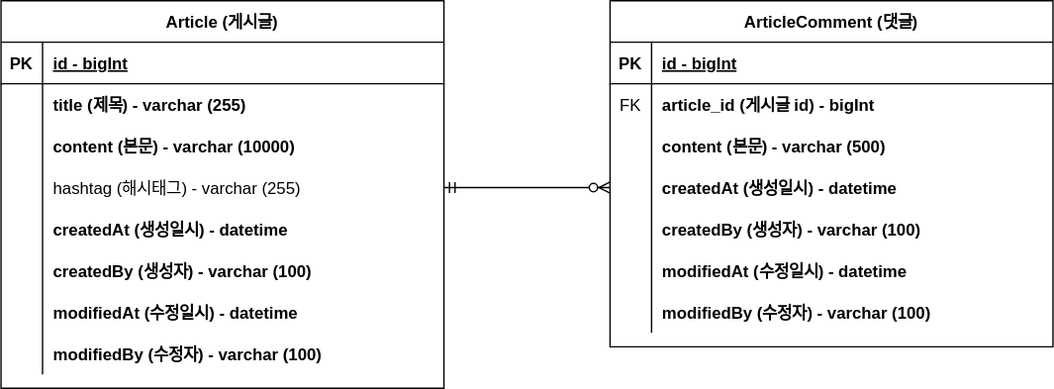
Earlier version of the draw.io export document/project-board-erd.svg (kkyul29/travely-project-board). Source tidied: cells renumbered, new cells last; positions are measured from the earlier drawing's top-left corner, leaving out a move shared by most shapes.
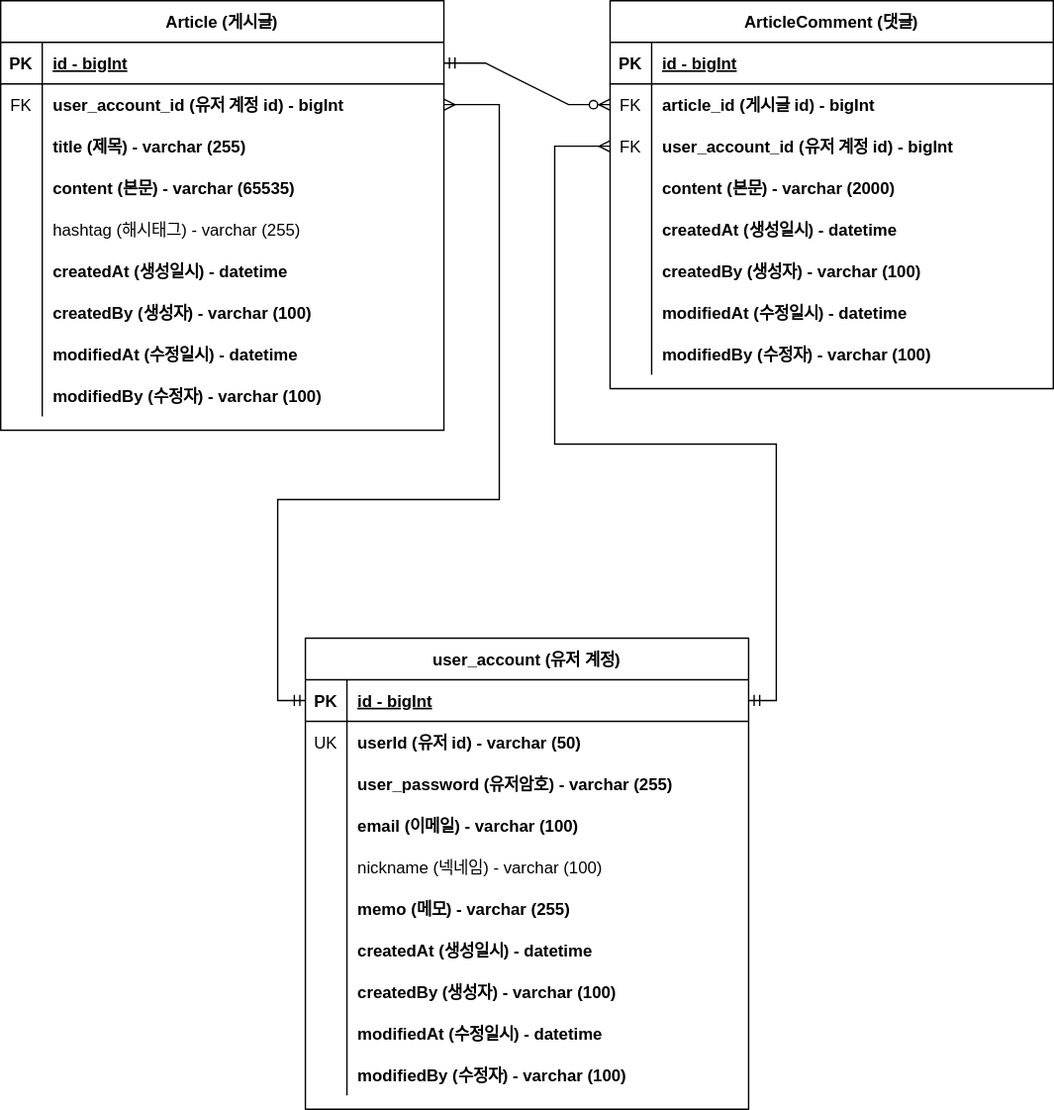
The same diagram one commit later.

Change to the diagram source:
```diff
@@ -3,7 +3,7 @@
     <mxCell id="0" />
     <mxCell id="1" parent="0" />
     <mxCell id="2" value="Article (게시글)" style="shape=table;startSize=30;rowLines=0;fontStyle=1;align=center;" parent="1" vertex="1">
-      <mxGeometry width="320" height="280" as="geometry" />
+      <mxGeometry width="320" height="310" as="geometry" />
     </mxCell>
     <mxCell id="3" style="shape=partialRectangle;fillColor=none;points=[[0,0.5],[1,0.5]];portConstraint=eastwest;top=0;left=0;right=0;bottom=1;" parent="2" vertex="1">
       <mxGeometry y="30" width="320" height="30" as="geometry" />
@@ -17,23 +17,32 @@
     <mxCell id="6" style="shape=partialRectangle;fillColor=none;points=[[0,0.5],[1,0.5]];portConstraint=eastwest;top=0;left=0;right=0;bottom=0;" parent="2" vertex="1">
       <mxGeometry y="60" width="320" height="30" as="geometry" />
     </mxCell>
-    <mxCell id="7" style="shape=partialRectangle;overflow=hidden;fillColor=none;top=0;left=0;bottom=0;right=0;" parent="6" vertex="1">
+    <mxCell id="7" value="FK" style="shape=partialRectangle;overflow=hidden;fillColor=none;top=0;left=0;bottom=0;right=0;" parent="6" vertex="1">
       <mxGeometry width="30" height="30" as="geometry" />
     </mxCell>
-    <mxCell id="8" value="title (제목) - varchar (255)" style="shape=partialRectangle;overflow=hidden;fillColor=none;top=0;left=0;bottom=0;right=0;align=left;spacingLeft=6;fontStyle=1;" parent="6" vertex="1">
+    <mxCell id="8" value="user_account_id (유저 계정 id) - bigInt" style="shape=partialRectangle;overflow=hidden;fillColor=none;top=0;left=0;bottom=0;right=0;align=left;spacingLeft=6;fontStyle=1;" parent="6" vertex="1">
       <mxGeometry x="30" width="290" height="30" as="geometry" />
     </mxCell>
+    <mxCell id="50" style="shape=partialRectangle;fillColor=none;top=0;left=0;right=0;bottom=0;" parent="2" vertex="1">
+      <mxGeometry y="90" width="320" height="30" as="geometry" />
+    </mxCell>
+    <mxCell id="51" style="shape=partialRectangle;overflow=hidden;fillColor=none;top=0;left=0;bottom=0;right=0;" parent="50" vertex="1">
+      <mxGeometry width="30" height="30" as="geometry" />
+    </mxCell>
+    <mxCell id="52" value="title (제목) - varchar (255)" style="shape=partialRectangle;overflow=hidden;fillColor=none;top=0;left=0;bottom=0;right=0;align=left;spacingLeft=6;fontStyle=1;" parent="50" vertex="1">
+      <mxGeometry x="30" width="290" height="30" as="geometry" />
+    </mxCell>
     <mxCell id="9" style="shape=partialRectangle;fillColor=none;top=0;left=0;right=0;bottom=0;" parent="2" vertex="1">
-      <mxGeometry y="90" width="320" height="30" as="geometry" />
+      <mxGeometry y="120" width="320" height="30" as="geometry" />
     </mxCell>
     <mxCell id="10" style="shape=partialRectangle;overflow=hidden;fillColor=none;top=0;left=0;bottom=0;right=0;" parent="9" vertex="1">
       <mxGeometry width="30" height="30" as="geometry" />
     </mxCell>
-    <mxCell id="11" value="content (본문) - varchar (10000)" style="shape=partialRectangle;overflow=hidden;fillColor=none;top=0;left=0;bottom=0;right=0;align=left;spacingLeft=6;fontStyle=1;" parent="9" vertex="1">
+    <mxCell id="11" value="content (본문) - varchar (65535)" style="shape=partialRectangle;overflow=hidden;fillColor=none;top=0;left=0;bottom=0;right=0;align=left;spacingLeft=6;fontStyle=1;" parent="9" vertex="1">
       <mxGeometry x="30" width="290" height="30" as="geometry" />
     </mxCell>
     <mxCell id="12" style="shape=partialRectangle;fillColor=none;points=[[0,0.5],[1,0.5]];portConstraint=eastwest;top=0;left=0;right=0;bottom=0;" parent="2" vertex="1">
-      <mxGeometry y="120" width="320" height="30" as="geometry" />
+      <mxGeometry y="150" width="320" height="30" as="geometry" />
     </mxCell>
     <mxCell id="13" style="shape=partialRectangle;overflow=hidden;fillColor=none;top=0;left=0;bottom=0;right=0;" parent="12" vertex="1">
       <mxGeometry width="30" height="30" as="geometry" />
@@ -42,7 +51,7 @@
       <mxGeometry x="30" width="290" height="30" as="geometry" />
     </mxCell>
     <mxCell id="15" style="shape=partialRectangle;fillColor=none;top=0;left=0;right=0;bottom=0;" parent="2" vertex="1">
-      <mxGeometry y="150" width="320" height="30" as="geometry" />
+      <mxGeometry y="180" width="320" height="30" as="geometry" />
     </mxCell>
     <mxCell id="16" style="shape=partialRectangle;overflow=hidden;fillColor=none;top=0;left=0;bottom=0;right=0;" parent="15" vertex="1">
       <mxGeometry width="30" height="30" as="geometry" />
@@ -51,7 +60,7 @@
       <mxGeometry x="30" width="290" height="30" as="geometry" />
     </mxCell>
     <mxCell id="18" style="shape=partialRectangle;fillColor=none;top=0;left=0;right=0;bottom=0;" parent="2" vertex="1">
-      <mxGeometry y="180" width="320" height="30" as="geometry" />
+      <mxGeometry y="210" width="320" height="30" as="geometry" />
     </mxCell>
     <mxCell id="19" style="shape=partialRectangle;overflow=hidden;fillColor=none;top=0;left=0;bottom=0;right=0;" parent="18" vertex="1">
       <mxGeometry width="30" height="30" as="geometry" />
@@ -60,7 +69,7 @@
       <mxGeometry x="30" width="290" height="30" as="geometry" />
     </mxCell>
     <mxCell id="21" style="shape=partialRectangle;fillColor=none;top=0;left=0;right=0;bottom=0;" parent="2" vertex="1">
-      <mxGeometry y="210" width="320" height="30" as="geometry" />
+      <mxGeometry y="240" width="320" height="30" as="geometry" />
     </mxCell>
     <mxCell id="22" style="shape=partialRectangle;overflow=hidden;fillColor=none;top=0;left=0;bottom=0;right=0;" parent="21" vertex="1">
       <mxGeometry width="30" height="30" as="geometry" />
@@ -69,7 +78,7 @@
       <mxGeometry x="30" width="290" height="30" as="geometry" />
     </mxCell>
     <mxCell id="24" style="shape=partialRectangle;fillColor=none;top=0;left=0;right=0;bottom=0;" parent="2" vertex="1">
-      <mxGeometry y="240" width="320" height="30" as="geometry" />
+      <mxGeometry y="270" width="320" height="30" as="geometry" />
     </mxCell>
     <mxCell id="25" style="shape=partialRectangle;overflow=hidden;fillColor=none;top=0;left=0;bottom=0;right=0;" parent="24" vertex="1">
       <mxGeometry width="30" height="30" as="geometry" />
@@ -78,7 +87,7 @@
       <mxGeometry x="30" width="290" height="30" as="geometry" />
     </mxCell>
     <mxCell id="27" value="ArticleComment (댓글)" style="shape=table;startSize=30;rowLines=0;fontStyle=1;align=center;" parent="1" vertex="1">
-      <mxGeometry x="440" width="320" height="250" as="geometry" />
+      <mxGeometry x="440" width="320" height="280" as="geometry" />
     </mxCell>
     <mxCell id="28" style="shape=partialRectangle;fillColor=none;top=0;left=0;right=0;bottom=1;" parent="27" vertex="1">
       <mxGeometry y="30" width="320" height="30" as="geometry" />
@@ -98,17 +107,26 @@
     <mxCell id="33" value="article_id (게시글 id) - bigInt" style="shape=partialRectangle;overflow=hidden;fillColor=none;top=0;left=0;bottom=0;right=0;align=left;spacingLeft=6;fontStyle=1;" parent="31" vertex="1">
       <mxGeometry x="30" width="290" height="30" as="geometry" />
     </mxCell>
+    <mxCell id="53" style="shape=partialRectangle;fillColor=none;points=[[0,0.5],[1,0.5]];portConstraint=eastwest;top=0;left=0;right=0;bottom=0;" parent="27" vertex="1">
+      <mxGeometry y="90" width="320" height="30" as="geometry" />
+    </mxCell>
+    <mxCell id="54" value="FK" style="shape=partialRectangle;overflow=hidden;fillColor=none;top=0;left=0;bottom=0;right=0;" parent="53" vertex="1">
+      <mxGeometry width="30" height="30" as="geometry" />
+    </mxCell>
+    <mxCell id="55" value="user_account_id (유저 계정 id) - bigInt" style="shape=partialRectangle;overflow=hidden;fillColor=none;top=0;left=0;bottom=0;right=0;align=left;spacingLeft=6;fontStyle=1;" parent="53" vertex="1">
+      <mxGeometry x="30" width="290" height="30" as="geometry" />
+    </mxCell>
     <mxCell id="34" style="shape=partialRectangle;fillColor=none;top=0;left=0;right=0;bottom=0;" parent="27" vertex="1">
-      <mxGeometry y="90" width="320" height="30" as="geometry" />
+      <mxGeometry y="120" width="320" height="30" as="geometry" />
     </mxCell>
     <mxCell id="35" style="shape=partialRectangle;overflow=hidden;fillColor=none;top=0;left=0;bottom=0;right=0;" parent="34" vertex="1">
       <mxGeometry width="30" height="30" as="geometry" />
     </mxCell>
-    <mxCell id="36" value="content (본문) - varchar (500)" style="shape=partialRectangle;overflow=hidden;fillColor=none;top=0;left=0;bottom=0;right=0;align=left;spacingLeft=6;fontStyle=1;" parent="34" vertex="1">
+    <mxCell id="36" value="content (본문) - varchar (2000)" style="shape=partialRectangle;overflow=hidden;fillColor=none;top=0;left=0;bottom=0;right=0;align=left;spacingLeft=6;fontStyle=1;" parent="34" vertex="1">
       <mxGeometry x="30" width="290" height="30" as="geometry" />
     </mxCell>
     <mxCell id="37" style="shape=partialRectangle;fillColor=none;points=[[0,0.5],[1,0.5]];portConstraint=eastwest;top=0;left=0;right=0;bottom=0;" parent="27" vertex="1">
-      <mxGeometry y="120" width="320" height="30" as="geometry" />
+      <mxGeometry y="150" width="320" height="30" as="geometry" />
     </mxCell>
     <mxCell id="38" style="shape=partialRectangle;overflow=hidden;fillColor=none;top=0;left=0;bottom=0;right=0;" parent="37" vertex="1">
       <mxGeometry width="30" height="30" as="geometry" />
@@ -117,7 +135,7 @@
       <mxGeometry x="30" width="290" height="30" as="geometry" />
     </mxCell>
     <mxCell id="40" style="shape=partialRectangle;fillColor=none;top=0;left=0;right=0;bottom=0;" parent="27" vertex="1">
-      <mxGeometry y="150" width="320" height="30" as="geometry" />
+      <mxGeometry y="180" width="320" height="30" as="geometry" />
     </mxCell>
     <mxCell id="41" style="shape=partialRectangle;overflow=hidden;fillColor=none;top=0;left=0;bottom=0;right=0;" parent="40" vertex="1">
       <mxGeometry width="30" height="30" as="geometry" />
@@ -126,7 +144,7 @@
       <mxGeometry x="30" width="290" height="30" as="geometry" />
     </mxCell>
     <mxCell id="43" style="shape=partialRectangle;fillColor=none;top=0;left=0;right=0;bottom=0;" parent="27" vertex="1">
-      <mxGeometry y="180" width="320" height="30" as="geometry" />
+      <mxGeometry y="210" width="320" height="30" as="geometry" />
     </mxCell>
     <mxCell id="44" style="shape=partialRectangle;overflow=hidden;fillColor=none;top=0;left=0;bottom=0;right=0;" parent="43" vertex="1">
       <mxGeometry width="30" height="30" as="geometry" />
@@ -135,7 +153,7 @@
       <mxGeometry x="30" width="290" height="30" as="geometry" />
     </mxCell>
     <mxCell id="46" style="shape=partialRectangle;fillColor=none;top=0;left=0;right=0;bottom=0;" parent="27" vertex="1">
-      <mxGeometry y="210" width="320" height="30" as="geometry" />
+      <mxGeometry y="240" width="320" height="30" as="geometry" />
     </mxCell>
     <mxCell id="47" style="shape=partialRectangle;overflow=hidden;fillColor=none;top=0;left=0;bottom=0;right=0;" parent="46" vertex="1">
       <mxGeometry width="30" height="30" as="geometry" />
@@ -143,8 +161,121 @@
     <mxCell id="48" value="modifiedBy (수정자) - varchar (100)" style="shape=partialRectangle;overflow=hidden;fillColor=none;top=0;left=0;bottom=0;right=0;align=left;spacingLeft=6;fontStyle=1;" parent="46" vertex="1">
       <mxGeometry x="30" width="290" height="30" as="geometry" />
     </mxCell>
-    <mxCell id="49" style="edgeStyle=entityRelationEdgeStyle;fontSize=12;html=1;endArrow=ERzeroToMany;startArrow=ERmandOne;rounded=0;exitX=1;exitY=0.5;exitDx=0;exitDy=0;entryX=0;entryY=0.5;entryDx=0;entryDy=0;" parent="1" edge="1" source="12" target="37">
+    <mxCell id="49" style="edgeStyle=entityRelationEdgeStyle;fontSize=12;html=1;endArrow=ERzeroToMany;startArrow=ERmandOne;rounded=0;exitX=1;exitY=0.5;exitDx=0;exitDy=0;entryX=0;entryY=0.5;entryDx=0;entryDy=0;" parent="1" edge="1" source="3" target="31">
       <mxGeometry relative="1" as="geometry" />
     </mxCell>
+    <mxCell id="56" value="user_account (유저 계정)" style="shape=table;startSize=30;rowLines=0;fontStyle=1;align=center;" parent="1" vertex="1">
+      <mxGeometry x="220" y="460" width="320" height="340" as="geometry" />
+    </mxCell>
+    <mxCell id="57" style="shape=partialRectangle;fillColor=none;points=[[0,0.5],[1,0.5]];portConstraint=eastwest;top=0;left=0;right=0;bottom=1;" parent="56" vertex="1">
+      <mxGeometry y="30" width="320" height="30" as="geometry" />
+    </mxCell>
+    <mxCell id="58" value="PK" style="shape=partialRectangle;overflow=hidden;fillColor=none;top=0;left=0;bottom=0;right=0;fontStyle=1;" parent="57" vertex="1">
+      <mxGeometry width="30" height="30" as="geometry" />
+    </mxCell>
+    <mxCell id="59" value="id - bigInt" style="shape=partialRectangle;overflow=hidden;fillColor=none;top=0;left=0;bottom=0;right=0;align=left;spacingLeft=6;fontStyle=5;" parent="57" vertex="1">
+      <mxGeometry x="30" width="290" height="30" as="geometry" />
+    </mxCell>
+    <mxCell id="60" style="shape=partialRectangle;fillColor=none;top=0;left=0;right=0;bottom=0;" parent="56" vertex="1">
+      <mxGeometry y="60" width="320" height="30" as="geometry" />
+    </mxCell>
+    <mxCell id="61" value="UK" style="shape=partialRectangle;overflow=hidden;fillColor=none;top=0;left=0;bottom=0;right=0;" parent="60" vertex="1">
+      <mxGeometry width="30" height="30" as="geometry" />
+    </mxCell>
+    <mxCell id="62" value="userId (유저 id) - varchar (50)" style="shape=partialRectangle;overflow=hidden;fillColor=none;top=0;left=0;bottom=0;right=0;align=left;spacingLeft=6;fontStyle=1;" parent="60" vertex="1">
+      <mxGeometry x="30" width="290" height="30" as="geometry" />
+    </mxCell>
+    <mxCell id="63" style="shape=partialRectangle;fillColor=none;top=0;left=0;right=0;bottom=0;" parent="56" vertex="1">
+      <mxGeometry y="90" width="320" height="30" as="geometry" />
+    </mxCell>
+    <mxCell id="64" style="shape=partialRectangle;overflow=hidden;fillColor=none;top=0;left=0;bottom=0;right=0;" parent="63" vertex="1">
+      <mxGeometry width="30" height="30" as="geometry" />
+    </mxCell>
+    <mxCell id="65" value="user_password (유저암호) - varchar (255)" style="shape=partialRectangle;overflow=hidden;fillColor=none;top=0;left=0;bottom=0;right=0;align=left;spacingLeft=6;fontStyle=1;" parent="63" vertex="1">
+      <mxGeometry x="30" width="290" height="30" as="geometry" />
+    </mxCell>
+    <mxCell id="66" style="shape=partialRectangle;fillColor=none;top=0;left=0;right=0;bottom=0;" parent="56" vertex="1">
+      <mxGeometry y="120" width="320" height="30" as="geometry" />
+    </mxCell>
+    <mxCell id="67" style="shape=partialRectangle;overflow=hidden;fillColor=none;top=0;left=0;bottom=0;right=0;" parent="66" vertex="1">
+      <mxGeometry width="30" height="30" as="geometry" />
+    </mxCell>
+    <mxCell id="68" value="email (이메일) - varchar (100)" style="shape=partialRectangle;overflow=hidden;fillColor=none;top=0;left=0;bottom=0;right=0;align=left;spacingLeft=6;fontStyle=1;" parent="66" vertex="1">
+      <mxGeometry x="30" width="290" height="30" as="geometry" />
+    </mxCell>
+    <mxCell id="69" style="shape=partialRectangle;fillColor=none;top=0;left=0;right=0;bottom=0;" parent="56" vertex="1">
+      <mxGeometry y="150" width="320" height="30" as="geometry" />
+    </mxCell>
+    <mxCell id="70" style="shape=partialRectangle;overflow=hidden;fillColor=none;top=0;left=0;bottom=0;right=0;" parent="69" vertex="1">
+      <mxGeometry width="30" height="30" as="geometry" />
+    </mxCell>
+    <mxCell id="71" value="nickname (넥네임) - varchar (100)" style="shape=partialRectangle;overflow=hidden;fillColor=none;top=0;left=0;bottom=0;right=0;align=left;spacingLeft=6;" parent="69" vertex="1">
+      <mxGeometry x="30" width="290" height="30" as="geometry" />
+    </mxCell>
+    <mxCell id="72" style="shape=partialRectangle;fillColor=none;top=0;left=0;right=0;bottom=0;" parent="56" vertex="1">
+      <mxGeometry y="180" width="320" height="30" as="geometry" />
+    </mxCell>
+    <mxCell id="73" style="shape=partialRectangle;overflow=hidden;fillColor=none;top=0;left=0;bottom=0;right=0;" parent="72" vertex="1">
+      <mxGeometry width="30" height="30" as="geometry" />
+    </mxCell>
+    <mxCell id="74" value="memo (메모) - varchar (255)" style="shape=partialRectangle;overflow=hidden;fillColor=none;top=0;left=0;bottom=0;right=0;align=left;spacingLeft=6;fontStyle=1;" parent="72" vertex="1">
+      <mxGeometry x="30" width="290" height="30" as="geometry" />
+    </mxCell>
+    <mxCell id="75" style="shape=partialRectangle;fillColor=none;top=0;left=0;right=0;bottom=0;" parent="56" vertex="1">
+      <mxGeometry y="210" width="320" height="30" as="geometry" />
+    </mxCell>
+    <mxCell id="76" style="shape=partialRectangle;overflow=hidden;fillColor=none;top=0;left=0;bottom=0;right=0;" parent="75" vertex="1">
+      <mxGeometry width="30" height="30" as="geometry" />
+    </mxCell>
+    <mxCell id="77" value="createdAt (생성일시) - datetime" style="shape=partialRectangle;overflow=hidden;fillColor=none;top=0;left=0;bottom=0;right=0;align=left;spacingLeft=6;fontStyle=1;" parent="75" vertex="1">
+      <mxGeometry x="30" width="290" height="30" as="geometry" />
+    </mxCell>
+    <mxCell id="78" style="shape=partialRectangle;fillColor=none;top=0;left=0;right=0;bottom=0;" parent="56" vertex="1">
+      <mxGeometry y="240" width="320" height="30" as="geometry" />
+    </mxCell>
+    <mxCell id="79" style="shape=partialRectangle;overflow=hidden;fillColor=none;top=0;left=0;bottom=0;right=0;" parent="78" vertex="1">
+      <mxGeometry width="30" height="30" as="geometry" />
+    </mxCell>
+    <mxCell id="80" value="createdBy (생성자) - varchar (100)" style="shape=partialRectangle;overflow=hidden;fillColor=none;top=0;left=0;bottom=0;right=0;align=left;spacingLeft=6;fontStyle=1;" parent="78" vertex="1">
+      <mxGeometry x="30" width="290" height="30" as="geometry" />
+    </mxCell>
+    <mxCell id="81" style="shape=partialRectangle;fillColor=none;top=0;left=0;right=0;bottom=0;" parent="56" vertex="1">
+      <mxGeometry y="270" width="320" height="30" as="geometry" />
+    </mxCell>
+    <mxCell id="82" style="shape=partialRectangle;overflow=hidden;fillColor=none;top=0;left=0;bottom=0;right=0;" parent="81" vertex="1">
+      <mxGeometry width="30" height="30" as="geometry" />
+    </mxCell>
+    <mxCell id="83" value="modifiedAt (수정일시) - datetime" style="shape=partialRectangle;overflow=hidden;fillColor=none;top=0;left=0;bottom=0;right=0;align=left;spacingLeft=6;fontStyle=1;" parent="81" vertex="1">
+      <mxGeometry x="30" width="290" height="30" as="geometry" />
+    </mxCell>
+    <mxCell id="84" style="shape=partialRectangle;fillColor=none;top=0;left=0;right=0;bottom=0;" parent="56" vertex="1">
+      <mxGeometry y="300" width="320" height="30" as="geometry" />
+    </mxCell>
+    <mxCell id="85" style="shape=partialRectangle;overflow=hidden;fillColor=none;top=0;left=0;bottom=0;right=0;" parent="84" vertex="1">
+      <mxGeometry width="30" height="30" as="geometry" />
+    </mxCell>
+    <mxCell id="86" value="modifiedBy (수정자) - varchar (100)" style="shape=partialRectangle;overflow=hidden;fillColor=none;top=0;left=0;bottom=0;right=0;align=left;spacingLeft=6;fontStyle=1;" parent="84" vertex="1">
+      <mxGeometry x="30" width="290" height="30" as="geometry" />
+    </mxCell>
+    <mxCell id="87" style="edgeStyle=orthogonalEdgeStyle;rounded=0;jettySize=auto;html=1;exitX=0;exitY=0.5;exitDx=0;exitDy=0;entryX=1;entryY=0.5;entryDx=0;entryDy=0;endArrow=ERmany;endFill=0;startArrow=ERmandOne;startFill=0;" parent="1" edge="1" source="57" target="6">
+      <mxGeometry relative="1" as="geometry">
+        <Array as="points">
+          <mxPoint x="200" y="505" />
+          <mxPoint x="200" y="360" />
+          <mxPoint x="360" y="360" />
+          <mxPoint x="360" y="75" />
+        </Array>
+      </mxGeometry>
+    </mxCell>
+    <mxCell id="88" style="edgeStyle=orthogonalEdgeStyle;rounded=0;jettySize=auto;html=1;exitX=1;exitY=0.5;exitDx=0;exitDy=0;startArrow=ERmandOne;startFill=0;endArrow=ERmany;endFill=0;" parent="1" edge="1" source="57" target="53">
+      <mxGeometry relative="1" as="geometry">
+        <Array as="points">
+          <mxPoint x="560" y="505" />
+          <mxPoint x="560" y="320" />
+          <mxPoint x="400" y="320" />
+          <mxPoint x="400" y="105" />
+        </Array>
+      </mxGeometry>
+    </mxCell>
   </root>
 </mxGraphModel>
```
